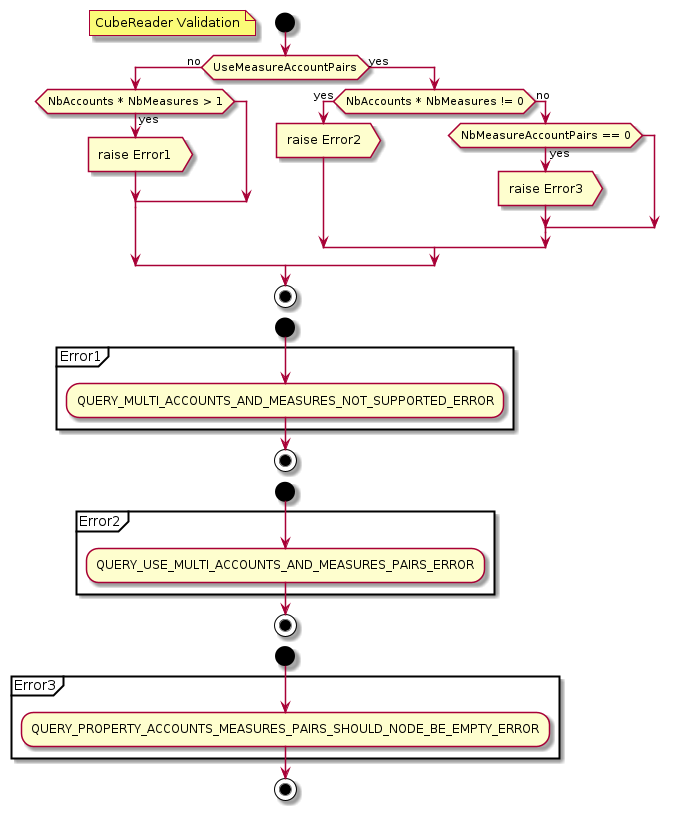
Above: cubereader_validation.wsd.png in loutfinadir/uml (PlantUML), before the change. The source it was exported from:
```plantuml
@startuml
skinparam ConditionEndStyle hline
start
floating note left: CubeReader Validation
if (UseMeasureAccountPairs) then (no)
    if (NbAccounts * NbMeasures > 1) then (yes)
        :raise Error1>
    endif
else (yes)
    if (NbAccounts * NbMeasures != 0) then (yes)
        :raise Error2>
    else (no)
        if (NbMeasureAccountPairs == 0) then (yes)
            :raise Error3>
        endif
    endif
endif

stop

start
partition Error1 {
  :QUERY_MULTI_ACCOUNTS_AND_MEASURES_NOT_SUPPORTED_ERROR;
}
stop
start
partition Error2 {
  :QUERY_USE_MULTI_ACCOUNTS_AND_MEASURES_PAIRS_ERROR;
}
stop
start
partition Error3 {
  :QUERY_PROPERTY_ACCOUNTS_MEASURES_PAIRS_SHOULD_NODE_BE_EMPTY_ERROR;
}
stop

@enduml
```
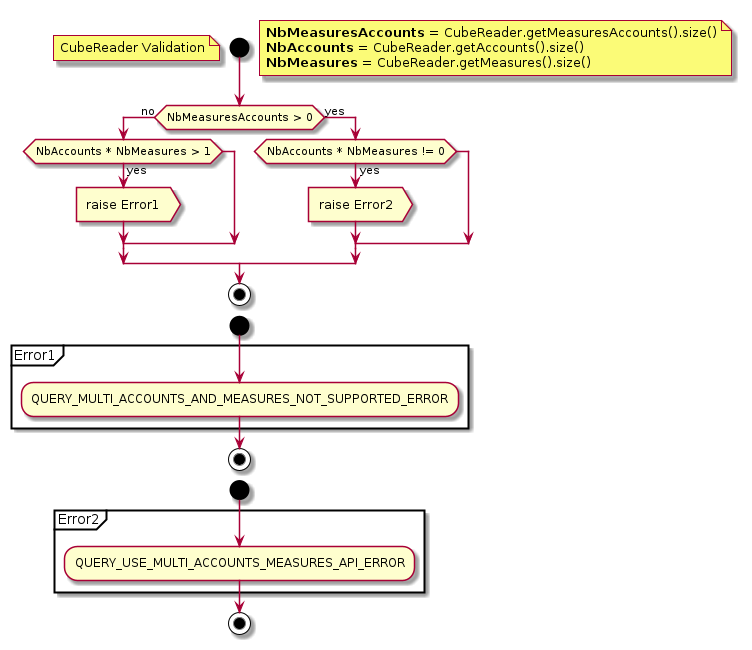
After the change.

Commit message:
updare cubereader validation

What changed in the source:
```diff
@@ -2,17 +2,19 @@
 skinparam ConditionEndStyle hline
 start
 floating note left: CubeReader Validation
-if (UseMeasureAccountPairs) then (no)
+
+note right
+  <b>NbMeasuresAccounts</b> = CubeReader.getMeasuresAccounts().size()
+  <b>NbAccounts</b> = CubeReader.getAccounts().size()
+  <b>NbMeasures</b> = CubeReader.getMeasures().size()
+end note
+if (NbMeasuresAccounts > 0) then (no)
     if (NbAccounts * NbMeasures > 1) then (yes)
         :raise Error1>
     endif
 else (yes)
     if (NbAccounts * NbMeasures != 0) then (yes)
         :raise Error2>
-    else (no)
-        if (NbMeasureAccountPairs == 0) then (yes)
-            :raise Error3>
-        endif
     endif
 endif
 
@@ -25,13 +27,9 @@
 stop
 start
 partition Error2 {
-  :QUERY_USE_MULTI_ACCOUNTS_AND_MEASURES_PAIRS_ERROR;
-}
-stop
-start
-partition Error3 {
-  :QUERY_PROPERTY_ACCOUNTS_MEASURES_PAIRS_SHOULD_NODE_BE_EMPTY_ERROR;
+  :QUERY_USE_MULTI_ACCOUNTS_MEASURES_API_ERROR;
 }
 stop
 
+
 @enduml
```
